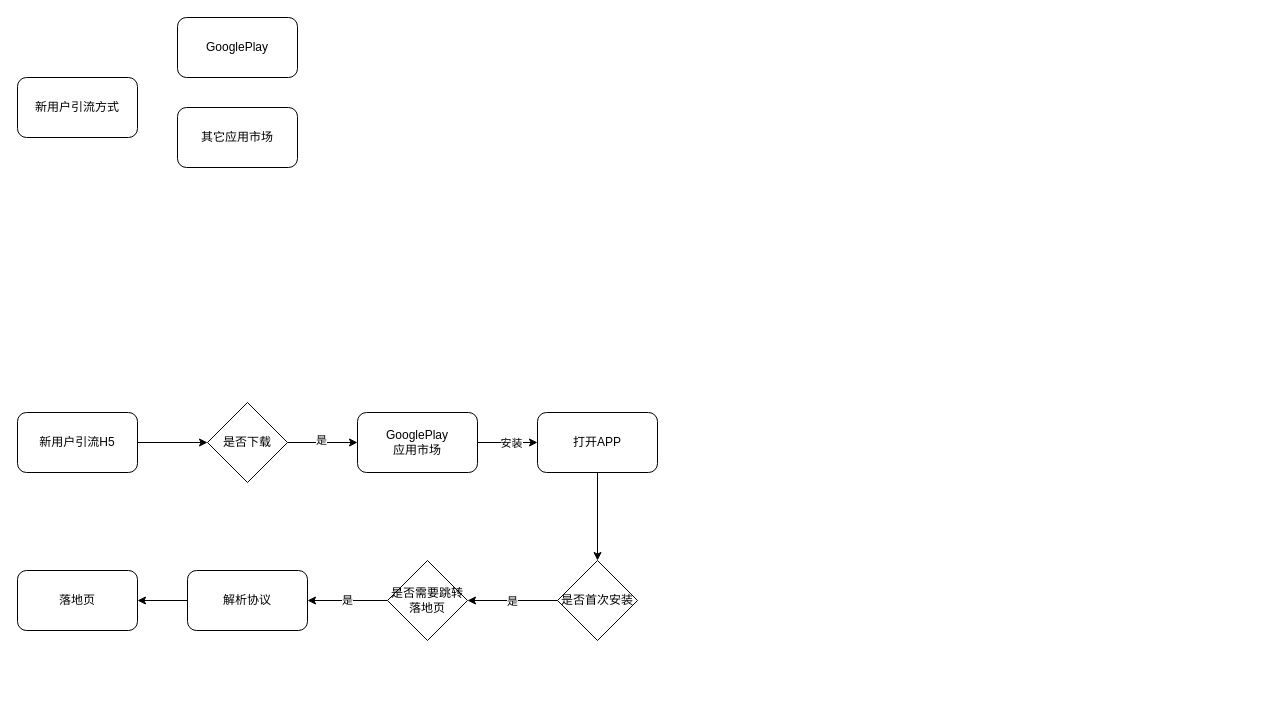
Above: newuser_flow.drawio in hardygege/work (draw.io), before the change. Source tidied: cells renumbered, new cells numbered last; positions are measured from the earlier drawing's top-left corner, leaving out a move shared by most shapes. Both pictures are drawn from the tidied source at 100%, with x=0, y=0 at pixel (17, 17).
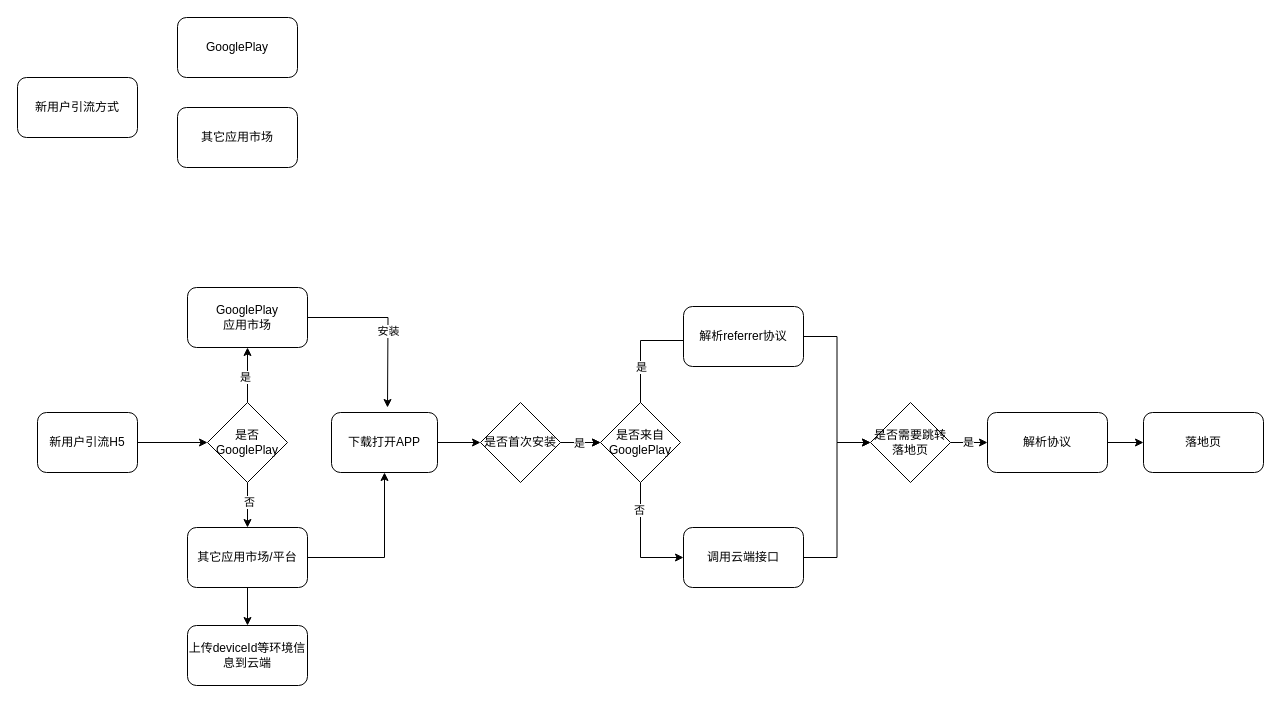
After the change.

Diff of the diagram source:
```diff
@@
     <mxCell id="3" value="新用户引流H5" style="rounded=1;whiteSpace=wrap;html=1;" parent="1" vertex="1">
-      <mxGeometry y="395" width="120" height="60" as="geometry" />
+      <mxGeometry x="20" y="395" width="100" height="60" as="geometry" />
     </mxCell>
-    <mxCell id="4" style="edgeStyle=orthogonalEdgeStyle;rounded=0;jettySize=auto;html=1;" parent="1" edge="1" source="6" target="11">
-      <mxGeometry relative="1" as="geometry" />
+    <mxCell id="4" style="edgeStyle=orthogonalEdgeStyle;rounded=0;jettySize=auto;html=1;" parent="1" edge="1" source="6">
+      <mxGeometry relative="1" as="geometry">
+        <mxPoint x="370" y="390" as="targetPoint" />
+      </mxGeometry>
     </mxCell>
@@
     <mxCell id="6" value="GooglePlay&lt;br&gt;应用市场" style="rounded=1;whiteSpace=wrap;html=1;" parent="1" vertex="1">
-      <mxGeometry x="340" y="395" width="120" height="60" as="geometry" />
+      <mxGeometry x="170" y="270" width="120" height="60" as="geometry" />
     </mxCell>
@@
+    <mxCell id="23" style="edgeStyle=orthogonalEdgeStyle;rounded=0;jettySize=auto;html=1;" parent="1" edge="1" source="9" target="30">
+      <mxGeometry relative="1" as="geometry" />
+    </mxCell>
+    <mxCell id="24" value="否" style="edgeLabel;html=1;align=center;verticalAlign=middle;" parent="23" vertex="1">
+      <mxGeometry x="-0.16" y="1" relative="1" as="geometry" />
+    </mxCell>
-    <mxCell id="9" value="是否下载" style="rhombus;whiteSpace=wrap;html=1;" parent="1" vertex="1">
+    <mxCell id="9" value="是否GooglePlay" style="rhombus;whiteSpace=wrap;html=1;" parent="1" vertex="1">
       <mxGeometry x="190" y="385" width="80" height="80" as="geometry" />
     </mxCell>
-    <mxCell id="10" style="edgeStyle=orthogonalEdgeStyle;rounded=0;jettySize=auto;html=1;" parent="1" edge="1" source="11" target="14">
-      <mxGeometry relative="1" as="geometry" />
-    </mxCell>
-    <mxCell id="11" value="打开APP" style="rounded=1;whiteSpace=wrap;html=1;" parent="1" vertex="1">
-      <mxGeometry x="520" y="395" width="120" height="60" as="geometry" />
-    </mxCell>
-    <mxCell id="12" style="edgeStyle=orthogonalEdgeStyle;rounded=0;jettySize=auto;html=1;" parent="1" edge="1" source="14" target="18">
-      <mxGeometry relative="1" as="geometry" />
-    </mxCell>
-    <mxCell id="13" value="是" style="edgeLabel;html=1;align=center;verticalAlign=middle;" parent="12" vertex="1">
-      <mxGeometry x="0.02" relative="1" as="geometry" />
-    </mxCell>
+    <mxCell id="25" style="edgeStyle=orthogonalEdgeStyle;rounded=0;jettySize=auto;html=1;" parent="1" edge="1" source="14" target="38">
+      <mxGeometry relative="1" as="geometry" />
+    </mxCell>
+    <mxCell id="26" style="edgeStyle=orthogonalEdgeStyle;rounded=0;jettySize=auto;html=1;" parent="1" edge="1" source="14" target="38">
+      <mxGeometry relative="1" as="geometry" />
+    </mxCell>
+    <mxCell id="27" value="是" style="edgeLabel;html=1;align=center;verticalAlign=middle;" parent="26" vertex="1">
+      <mxGeometry x="-0.1" relative="1" as="geometry" />
+    </mxCell>
     <mxCell id="14" value="是否首次安装" style="rhombus;whiteSpace=wrap;html=1;" parent="1" vertex="1">
-      <mxGeometry x="540" y="543" width="80" height="80" as="geometry" />
+      <mxGeometry x="463" y="385" width="80" height="80" as="geometry" />
     </mxCell>
@@
     <mxCell id="16" value="解析协议" style="rounded=1;whiteSpace=wrap;html=1;" parent="1" vertex="1">
-      <mxGeometry x="170" y="553" width="120" height="60" as="geometry" />
+      <mxGeometry x="970" y="395" width="120" height="60" as="geometry" />
     </mxCell>
@@
     <mxCell id="18" value="&lt;span&gt;是否需要跳转落地页&lt;/span&gt;" style="rhombus;whiteSpace=wrap;html=1;" parent="1" vertex="1">
-      <mxGeometry x="370" y="543" width="80" height="80" as="geometry" />
+      <mxGeometry x="853" y="385" width="80" height="80" as="geometry" />
     </mxCell>
     <mxCell id="19" value="落地页" style="rounded=1;whiteSpace=wrap;html=1;" parent="1" vertex="1">
-      <mxGeometry y="553" width="120" height="60" as="geometry" />
+      <mxGeometry x="1126" y="395" width="120" height="60" as="geometry" />
     </mxCell>
@@
+    <mxCell id="28" style="edgeStyle=orthogonalEdgeStyle;rounded=0;jettySize=auto;html=1;" parent="1" edge="1" source="30" target="31">
+      <mxGeometry relative="1" as="geometry" />
+    </mxCell>
+    <mxCell id="29" style="edgeStyle=orthogonalEdgeStyle;rounded=0;jettySize=auto;html=1;" parent="1" edge="1" source="30" target="33">
+      <mxGeometry relative="1" as="geometry" />
+    </mxCell>
+    <mxCell id="30" value="其它应用市场/平台" style="rounded=1;whiteSpace=wrap;html=1;" parent="1" vertex="1">
+      <mxGeometry x="170" y="510" width="120" height="60" as="geometry" />
+    </mxCell>
+    <mxCell id="31" value="上传deviceId等环境信息到云端" style="rounded=1;whiteSpace=wrap;html=1;" parent="1" vertex="1">
+      <mxGeometry x="170" y="608" width="120" height="60" as="geometry" />
+    </mxCell>
+    <mxCell id="32" style="edgeStyle=orthogonalEdgeStyle;rounded=0;jettySize=auto;html=1;" parent="1" edge="1" source="33" target="14">
+      <mxGeometry relative="1" as="geometry" />
+    </mxCell>
+    <mxCell id="33" value="下载打开APP" style="rounded=1;whiteSpace=wrap;html=1;" parent="1" vertex="1">
+      <mxGeometry x="314" y="395" width="106" height="60" as="geometry" />
+    </mxCell>
+    <mxCell id="34" style="edgeStyle=orthogonalEdgeStyle;rounded=0;orthogonalLoop=1;jettySize=auto;html=1;exitX=0.5;exitY=0;exitDx=0;exitDy=0;" parent="1" edge="1">
+      <mxGeometry relative="1" as="geometry">
+        <mxPoint x="623" y="398" as="sourcePoint" />
+        <mxPoint x="693" y="323" as="targetPoint" />
+        <Array as="points">
+          <mxPoint x="623" y="323" />
+        </Array>
+      </mxGeometry>
+    </mxCell>
+    <mxCell id="35" value="是" style="edgeLabel;html=1;align=center;verticalAlign=middle;" parent="34" vertex="1">
+      <mxGeometry x="-0.32" relative="1" as="geometry" />
+    </mxCell>
+    <mxCell id="36" style="edgeStyle=orthogonalEdgeStyle;rounded=0;jettySize=auto;html=1;" parent="1" edge="1" source="38" target="42">
+      <mxGeometry relative="1" as="geometry">
+        <Array as="points">
+          <mxPoint x="623" y="540" />
+        </Array>
+      </mxGeometry>
+    </mxCell>
+    <mxCell id="37" value="否" style="edgeLabel;html=1;align=center;verticalAlign=middle;" parent="36" vertex="1">
+      <mxGeometry x="-0.54" y="-2" relative="1" as="geometry" />
+    </mxCell>
+    <mxCell id="38" value="是否来自GooglePlay" style="rhombus;whiteSpace=wrap;html=1;" parent="1" vertex="1">
+      <mxGeometry x="583" y="385" width="80" height="80" as="geometry" />
+    </mxCell>
+    <mxCell id="39" style="edgeStyle=orthogonalEdgeStyle;rounded=0;jettySize=auto;html=1;entryX=0;entryY=0.5;entryDx=0;entryDy=0;" parent="1" edge="1" source="40" target="18">
+      <mxGeometry relative="1" as="geometry" />
+    </mxCell>
+    <mxCell id="40" value="解析referrer协议" style="rounded=1;whiteSpace=wrap;html=1;" parent="1" vertex="1">
+      <mxGeometry x="666" y="289" width="120" height="60" as="geometry" />
+    </mxCell>
+    <mxCell id="41" style="edgeStyle=orthogonalEdgeStyle;rounded=0;jettySize=auto;html=1;entryX=0;entryY=0.5;entryDx=0;entryDy=0;" parent="1" edge="1" source="42" target="18">
+      <mxGeometry relative="1" as="geometry" />
+    </mxCell>
+    <mxCell id="42" value="调用云端接口" style="rounded=1;whiteSpace=wrap;html=1;" parent="1" vertex="1">
+      <mxGeometry x="666" y="510" width="120" height="60" as="geometry" />
+    </mxCell>
```
